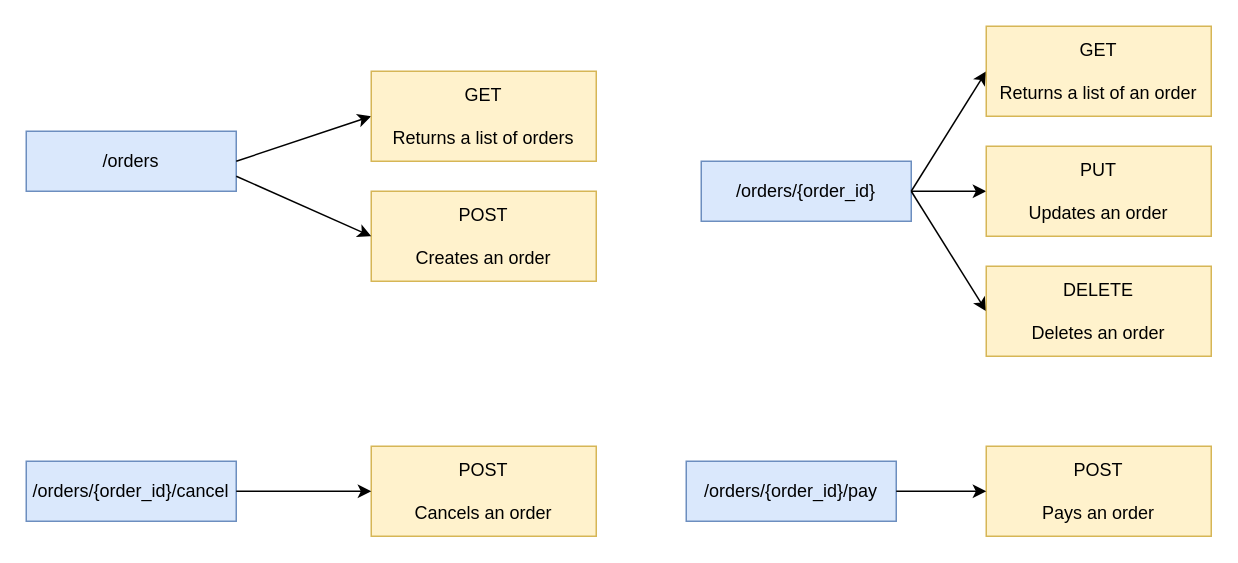
Earlier version of the draw.io diagram page "2.2" (2 of 12) of ch02.drawio (abunuwas/microservices-apis-img). Source tidied: cells renumbered, new cells numbered last; positions are measured from the earlier drawing's top-left corner, leaving out a move shared by most shapes. Both pictures are drawn from the tidied source at 150%, with x=0, y=0 at pixel (26, 26).
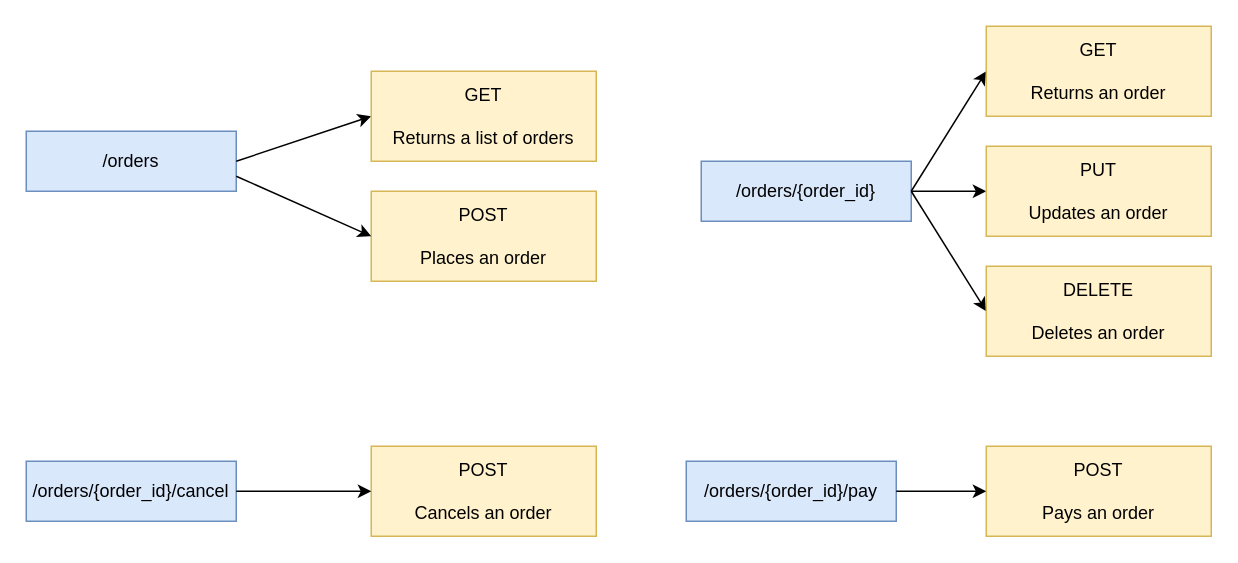
The same page after the edit.

The edit, as a diff of the source:
```diff
@@
 <mxGraphModel>
   <root>
     <mxCell id="0" />
     <mxCell id="1" parent="0" />
     <mxCell id="2" value="&lt;font style=&quot;font-size: 12px&quot;&gt;/orders&lt;/font&gt;" style="text;html=1;fillColor=#dae8fc;align=center;verticalAlign=middle;whiteSpace=wrap;rounded=0;strokeColor=#6c8ebf;" parent="1" vertex="1">
       <mxGeometry y="70" width="140" height="40" as="geometry" />
     </mxCell>
     <mxCell id="3" value="&lt;font style=&quot;font-size: 12px&quot;&gt;/orders/{order_id}&lt;/font&gt;" style="text;html=1;fillColor=#dae8fc;align=center;verticalAlign=middle;whiteSpace=wrap;rounded=0;strokeColor=#6c8ebf;" parent="1" vertex="1">
       <mxGeometry x="450" y="90" width="140" height="40" as="geometry" />
     </mxCell>
     <mxCell id="4" value="&lt;font style=&quot;font-size: 12px&quot;&gt;/orders/{order_id}/cancel&lt;/font&gt;" style="text;html=1;fillColor=#dae8fc;align=center;verticalAlign=middle;whiteSpace=wrap;rounded=0;strokeColor=#6c8ebf;" parent="1" vertex="1">
       <mxGeometry y="290" width="140" height="40" as="geometry" />
     </mxCell>
     <mxCell id="5" value="&lt;font style=&quot;font-size: 12px&quot;&gt;/orders/{order_id}/pay&lt;/font&gt;" style="text;html=1;fillColor=#dae8fc;align=center;verticalAlign=middle;whiteSpace=wrap;rounded=0;strokeColor=#6c8ebf;" parent="1" vertex="1">
       <mxGeometry x="440" y="290" width="140" height="40" as="geometry" />
     </mxCell>
     <mxCell id="6" style="endArrow=classic;html=1;exitX=1;exitY=0.5;exitDx=0;exitDy=0;entryX=0;entryY=0.5;entryDx=0;entryDy=0;" parent="1" edge="1" source="2" target="7">
       <mxGeometry relative="1" as="geometry" />
     </mxCell>
     <mxCell id="7" value="&lt;font style=&quot;font-size: 12px&quot;&gt;&lt;span&gt;GET&lt;br&gt;&lt;/span&gt;&lt;br&gt;&lt;font style=&quot;font-size: 12px&quot;&gt;Returns a list of orders&lt;/font&gt;&lt;br&gt;&lt;/font&gt;" style="text;html=1;fillColor=#fff2cc;align=center;verticalAlign=middle;whiteSpace=wrap;rounded=0;strokeColor=#d6b656;" parent="1" vertex="1">
       <mxGeometry x="230" y="30" width="150" height="60" as="geometry" />
     </mxCell>
-    <mxCell id="8" value="&lt;font style=&quot;font-size: 12px&quot;&gt;&lt;span&gt;POST&lt;br&gt;&lt;/span&gt;&lt;br&gt;&lt;font style=&quot;font-size: 12px&quot;&gt;Creates an order&lt;/font&gt;&lt;br&gt;&lt;/font&gt;" style="text;html=1;fillColor=#fff2cc;align=center;verticalAlign=middle;whiteSpace=wrap;rounded=0;strokeColor=#d6b656;" parent="1" vertex="1">
+    <mxCell id="8" value="&lt;font style=&quot;font-size: 12px&quot;&gt;&lt;span&gt;POST&lt;br&gt;&lt;/span&gt;&lt;br&gt;&lt;font style=&quot;font-size: 12px&quot;&gt;Places an order&lt;/font&gt;&lt;br&gt;&lt;/font&gt;" style="text;html=1;fillColor=#fff2cc;align=center;verticalAlign=middle;whiteSpace=wrap;rounded=0;strokeColor=#d6b656;" parent="1" vertex="1">
       <mxGeometry x="230" y="110" width="150" height="60" as="geometry" />
     </mxCell>
     <mxCell id="9" style="endArrow=classic;html=1;exitX=1;exitY=0.75;exitDx=0;exitDy=0;entryX=0;entryY=0.5;entryDx=0;entryDy=0;" parent="1" edge="1" source="2" target="8">
       <mxGeometry relative="1" as="geometry" />
     </mxCell>
     <mxCell id="10" style="endArrow=classic;html=1;exitX=1;exitY=0.5;exitDx=0;exitDy=0;entryX=0;entryY=0.5;entryDx=0;entryDy=0;" parent="1" edge="1" source="3" target="11">
       <mxGeometry relative="1" as="geometry" />
     </mxCell>
-    <mxCell id="11" value="&lt;font style=&quot;font-size: 12px&quot;&gt;&lt;span&gt;GET&lt;br&gt;&lt;/span&gt;&lt;br&gt;&lt;font style=&quot;font-size: 12px&quot;&gt;Returns a list of an order&lt;/font&gt;&lt;br&gt;&lt;/font&gt;" style="text;html=1;fillColor=#fff2cc;align=center;verticalAlign=middle;whiteSpace=wrap;rounded=0;strokeColor=#d6b656;" parent="1" vertex="1">
+    <mxCell id="11" value="&lt;font style=&quot;font-size: 12px&quot;&gt;&lt;span&gt;GET&lt;br&gt;&lt;/span&gt;&lt;br&gt;&lt;font style=&quot;font-size: 12px&quot;&gt;Returns an order&lt;/font&gt;&lt;br&gt;&lt;/font&gt;" style="text;html=1;fillColor=#fff2cc;align=center;verticalAlign=middle;whiteSpace=wrap;rounded=0;strokeColor=#d6b656;" parent="1" vertex="1">
       <mxGeometry x="640" width="150" height="60" as="geometry" />
     </mxCell>
     <mxCell id="12" style="endArrow=classic;html=1;exitX=1;exitY=0.5;exitDx=0;exitDy=0;entryX=0;entryY=0.5;entryDx=0;entryDy=0;" parent="1" edge="1" source="3" target="13">
       <mxGeometry relative="1" as="geometry" />
     </mxCell>
     <mxCell id="13" value="&lt;font style=&quot;font-size: 12px&quot;&gt;&lt;span&gt;PUT&lt;br&gt;&lt;/span&gt;&lt;br&gt;&lt;font style=&quot;font-size: 12px&quot;&gt;Updates an order&lt;/font&gt;&lt;br&gt;&lt;/font&gt;" style="text;html=1;fillColor=#fff2cc;align=center;verticalAlign=middle;whiteSpace=wrap;rounded=0;strokeColor=#d6b656;" parent="1" vertex="1">
       <mxGeometry x="640" y="80" width="150" height="60" as="geometry" />
     </mxCell>
     <mxCell id="14" style="endArrow=classic;html=1;exitX=1;exitY=0.5;exitDx=0;exitDy=0;entryX=0;entryY=0.5;entryDx=0;entryDy=0;" parent="1" edge="1" source="3" target="15">
       <mxGeometry relative="1" as="geometry" />
     </mxCell>
     <mxCell id="15" value="&lt;font style=&quot;font-size: 12px&quot;&gt;&lt;span&gt;DELETE&lt;br&gt;&lt;/span&gt;&lt;br&gt;&lt;font style=&quot;font-size: 12px&quot;&gt;Deletes an order&lt;/font&gt;&lt;br&gt;&lt;/font&gt;" style="text;html=1;fillColor=#fff2cc;align=center;verticalAlign=middle;whiteSpace=wrap;rounded=0;strokeColor=#d6b656;" parent="1" vertex="1">
       <mxGeometry x="640" y="160" width="150" height="60" as="geometry" />
     </mxCell>
     <mxCell id="16" value="&lt;font style=&quot;font-size: 12px&quot;&gt;&lt;span&gt;POST&lt;br&gt;&lt;/span&gt;&lt;br&gt;&lt;font style=&quot;font-size: 12px&quot;&gt;Cancels an order&lt;/font&gt;&lt;br&gt;&lt;/font&gt;" style="text;html=1;fillColor=#fff2cc;align=center;verticalAlign=middle;whiteSpace=wrap;rounded=0;strokeColor=#d6b656;" parent="1" vertex="1">
       <mxGeometry x="230" y="280" width="150" height="60" as="geometry" />
     </mxCell>
     <mxCell id="17" style="endArrow=classic;html=1;exitX=1;exitY=0.5;exitDx=0;exitDy=0;entryX=0;entryY=0.5;entryDx=0;entryDy=0;" parent="1" edge="1" source="4" target="16">
       <mxGeometry relative="1" as="geometry" />
     </mxCell>
     <mxCell id="18" value="&lt;font style=&quot;font-size: 12px&quot;&gt;&lt;span&gt;POST&lt;br&gt;&lt;/span&gt;&lt;br&gt;&lt;font style=&quot;font-size: 12px&quot;&gt;Pays an order&lt;/font&gt;&lt;br&gt;&lt;/font&gt;" style="text;html=1;fillColor=#fff2cc;align=center;verticalAlign=middle;whiteSpace=wrap;rounded=0;strokeColor=#d6b656;" parent="1" vertex="1">
       <mxGeometry x="640" y="280" width="150" height="60" as="geometry" />
     </mxCell>
     <mxCell id="19" style="endArrow=classic;html=1;entryX=0;entryY=0.5;entryDx=0;entryDy=0;" parent="1" edge="1" source="5" target="18">
       <mxGeometry relative="1" as="geometry" />
     </mxCell>
   </root>
 </mxGraphModel>
```
